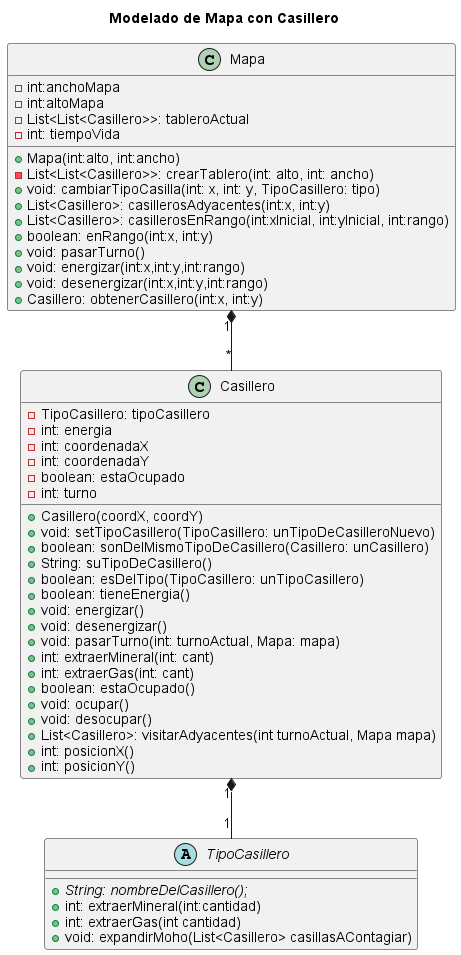
m-cabrerar/AlgoStar keeps this PlantUML diagram as diagrams/classes/mapa-casillero.png. Above is the earlier version.
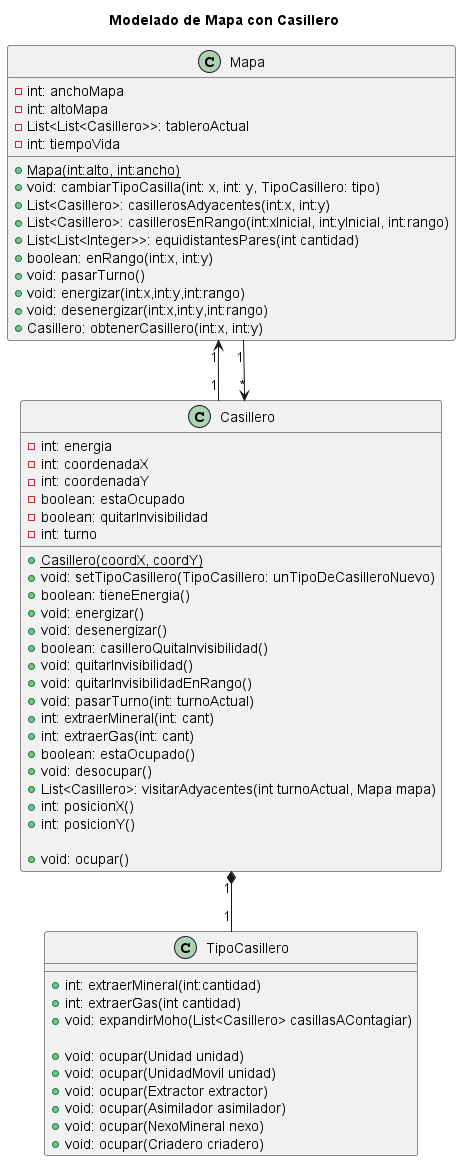
Above is the later version.

Diff of the diagram source:
```diff
@@ -2,15 +2,16 @@
 title Modelado de Mapa con Casillero
 
 class Mapa {
-    -int:anchoMapa
-    -int:altoMapa
+    -int: anchoMapa
+    -int: altoMapa
     -List<List<Casillero>>: tableroActual
     -int: tiempoVida
-    +Mapa(int:alto, int:ancho)
-    -List<List<Casillero>>: crearTablero(int: alto, int: ancho)
+
+    +<u>Mapa(int:alto, int:ancho)
     +void: cambiarTipoCasilla(int: x, int: y, TipoCasillero: tipo)
     +List<Casillero>: casillerosAdyacentes(int:x, int:y)
     +List<Casillero>: casillerosEnRango(int:xInicial, int:yInicial, int:rango)
+    +List<List<Integer>>: equidistantesPares(int cantidad)
     +boolean: enRango(int:x, int:y)
     +void: pasarTurno()
     +void: energizar(int:x,int:y,int:rango)
@@ -18,45 +19,49 @@
     +Casillero: obtenerCasillero(int:x, int:y)
 }
 
-Mapa "1" *-- "*" Casillero
+Mapa "1" <-- "1" Casillero
+Casillero "*" <-- "1" Mapa
 Casillero "1" *-- "1" TipoCasillero
 
 class Casillero {
- - TipoCasillero: tipoCasillero
  - int: energia
  - int: coordenadaX
  - int: coordenadaY
  - boolean: estaOcupado
+ - boolean: quitarInvisibilidad
  - int: turno
- + Casillero(coordX, coordY)
+
+ + <u>Casillero(coordX, coordY)
  + void: setTipoCasillero(TipoCasillero: unTipoDeCasilleroNuevo)
- + boolean: sonDelMismoTipoDeCasillero(Casillero: unCasillero)
- + String: suTipoDeCasillero()
- + boolean: esDelTipo(TipoCasillero: unTipoCasillero)
  + boolean: tieneEnergia()
  + void: energizar()
  + void: desenergizar()
- + void: pasarTurno(int: turnoActual, Mapa: mapa)
+ + boolean: casilleroQuitaInvisibilidad()
+ + void: quitarInvisibilidad()
+ + void: quitarInvisibilidadEnRango()
+ + void: pasarTurno(int: turnoActual)
  + int: extraerMineral(int: cant)
  + int: extraerGas(int: cant)
  + boolean: estaOcupado()
- + void: ocupar()
  + void: desocupar()
  + List<Casillero>: visitarAdyacentes(int turnoActual, Mapa mapa)
  + int: posicionX()
  + int: posicionY()
+
+ + void: ocupar()
 }
 
-
-abstract class TipoCasillero{
- + {abstract}String: nombreDelCasillero();
+class TipoCasillero{
  + int: extraerMineral(int:cantidad)
  + int: extraerGas(int cantidad)
  + void: expandirMoho(List<Casillero> casillasAContagiar)
+
+ + void: ocupar(Unidad unidad)
+ + void: ocupar(UnidadMovil unidad)
+ + void: ocupar(Extractor extractor)
+ + void: ocupar(Asimilador asimilador)
+ + void: ocupar(NexoMineral nexo)
+ + void: ocupar(Criadero criadero)
 }
 
-
-
-
-
 @enduml
```
